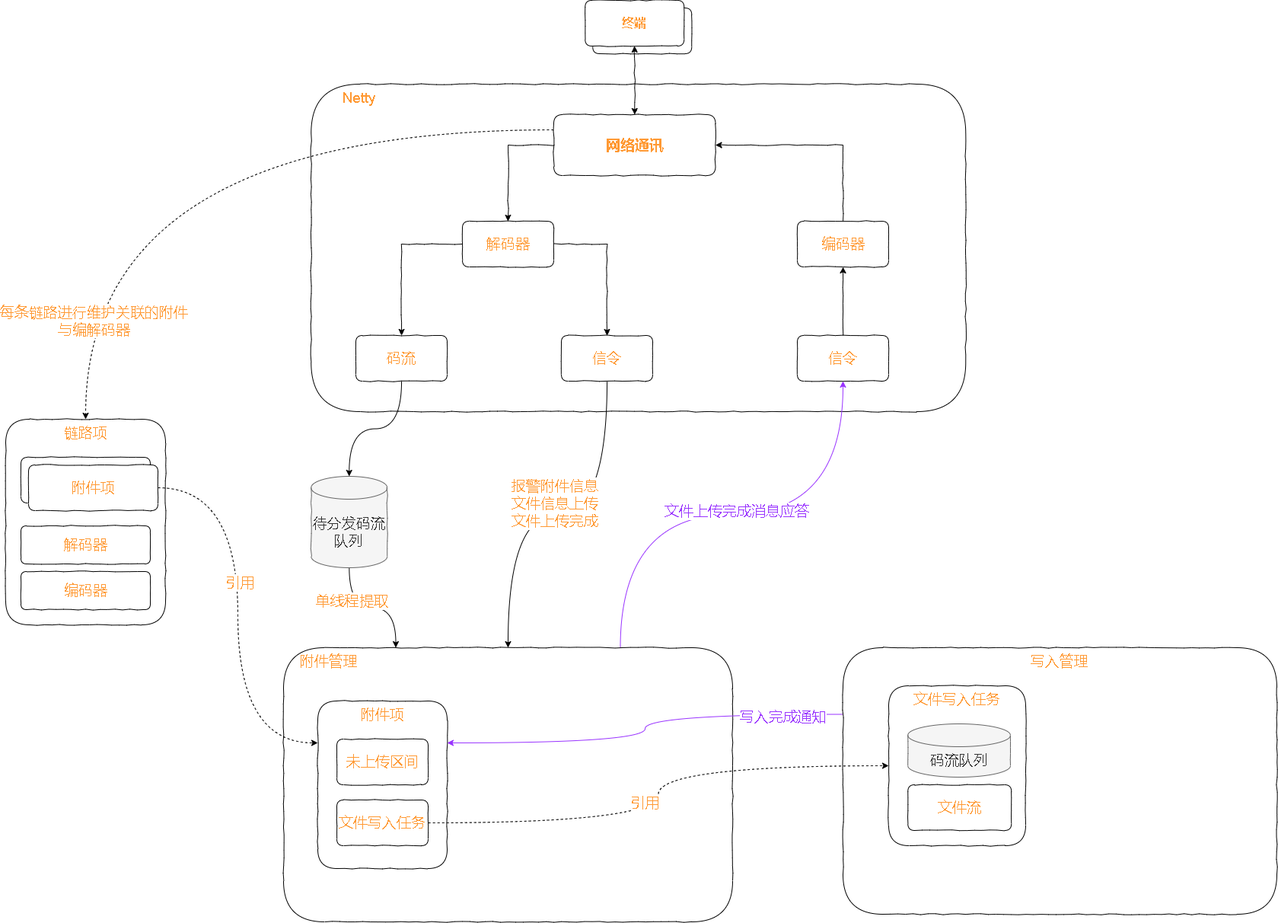
Before: test.drawio.png, a diagram exported from draw.io (xktder/draw). Source tidied: cells renumbered, new cells last; positions are measured from the earlier drawing's top-left corner, leaving out a move shared by most shapes.
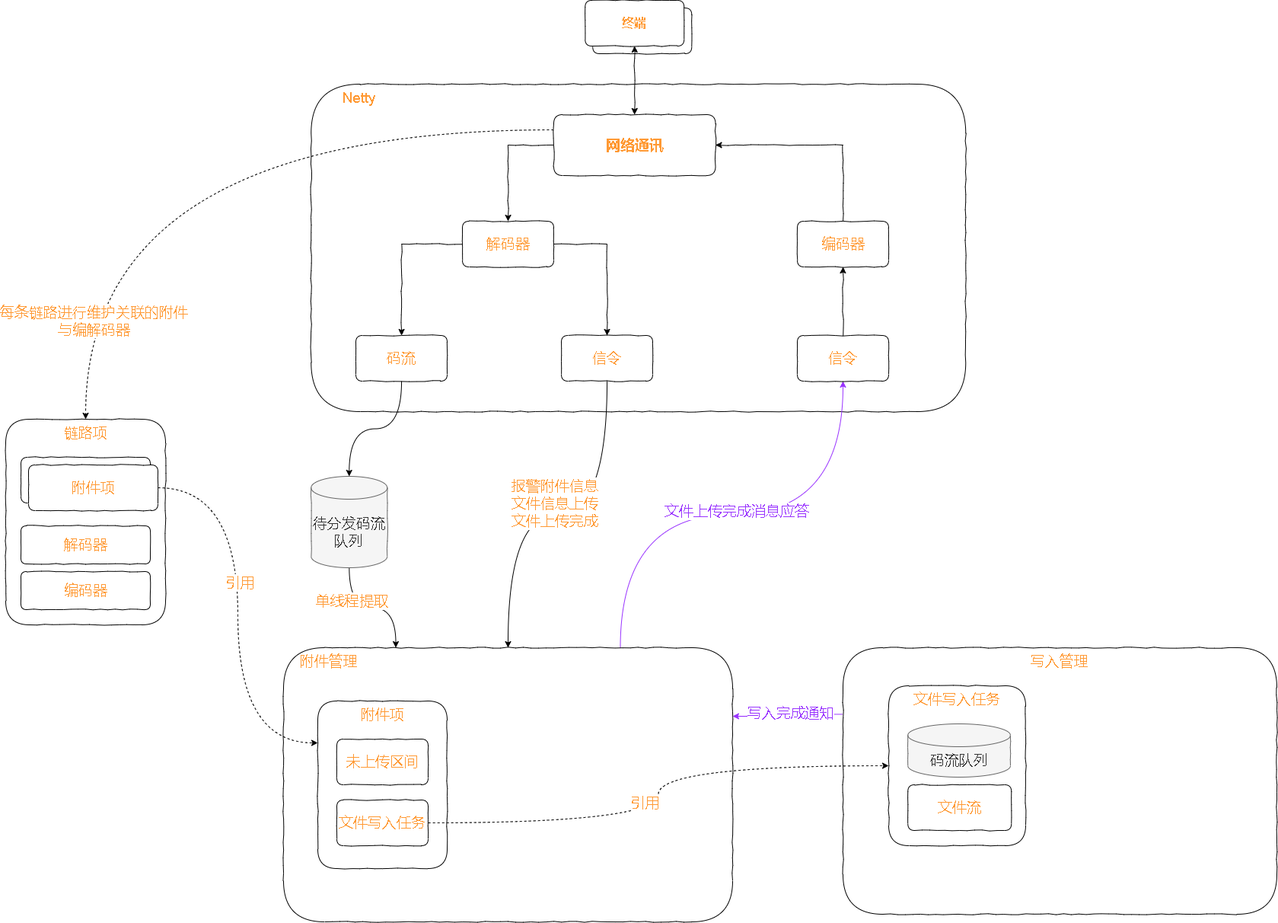
After the commit.

Diff of the diagram source:
```diff
@@ -5,6 +5,14 @@
     <mxCell id="2" value="&amp;nbsp; &amp;nbsp; &amp;nbsp; &amp;nbsp; Netty" style="rounded=1;whiteSpace=wrap;html=1;comic=1;fontSize=19;fontColor=#FF9933;strokeColor=default;gradientColor=none;verticalAlign=top;align=left;" parent="1" vertex="1">
       <mxGeometry x="401.2" y="110" width="860" height="430" as="geometry" />
     </mxCell>
+    <mxCell id="51" style="edgeStyle=orthogonalEdgeStyle;curved=1;rounded=0;comic=0;jettySize=auto;html=1;exitX=0;exitY=0.25;exitDx=0;exitDy=0;entryX=1;entryY=0.25;entryDx=0;entryDy=0;fontSize=19;fontColor=#9933FF;startArrow=none;startFill=0;endArrow=classic;endFill=1;strokeColor=#9933FF;" parent="1" edge="1" source="3" target="6">
+      <mxGeometry relative="1" as="geometry" />
+    </mxCell>
+    <mxCell id="50" value="写入完成通知" style="edgeLabel;html=1;align=center;verticalAlign=middle;fontSize=19;fontColor=#9933FF;" parent="51" vertex="1">
+      <mxGeometry x="0.16" y="-5" relative="1" as="geometry">
+        <mxPoint x="13" as="offset" />
+      </mxGeometry>
+    </mxCell>
     <mxCell id="3" value="写入管理" style="rounded=1;whiteSpace=wrap;html=1;comic=1;fontSize=19;fontColor=#FF9933;strokeColor=default;gradientColor=none;verticalAlign=top;" parent="1" vertex="1">
       <mxGeometry x="1100" y="850" width="570" height="350" as="geometry" />
     </mxCell>
@@ -149,13 +157,5 @@
     <mxCell id="48" value="引用" style="edgeLabel;html=1;align=center;verticalAlign=middle;fontSize=19;fontColor=#FF9933;" parent="47" vertex="1">
       <mxGeometry x="-0.03" y="18" relative="1" as="geometry" />
     </mxCell>
-    <mxCell id="49" style="edgeStyle=orthogonalEdgeStyle;curved=1;rounded=0;comic=0;jettySize=auto;html=1;exitX=0;exitY=0.25;exitDx=0;exitDy=0;entryX=1;entryY=0.25;entryDx=0;entryDy=0;fontSize=19;fontColor=#FF9933;startArrow=none;startFill=0;endArrow=classic;endFill=1;strokeColor=#9933FF;" parent="1" edge="1" source="3" target="31">
-      <mxGeometry relative="1" as="geometry" />
-    </mxCell>
-    <mxCell id="50" value="写入完成通知" style="edgeLabel;html=1;align=center;verticalAlign=middle;fontSize=19;fontColor=#9933FF;" parent="49" vertex="1">
-      <mxGeometry x="-0.22" y="-1" relative="1" as="geometry">
-        <mxPoint x="138" y="4" as="offset" />
-      </mxGeometry>
-    </mxCell>
   </root>
 </mxGraphModel>
```
